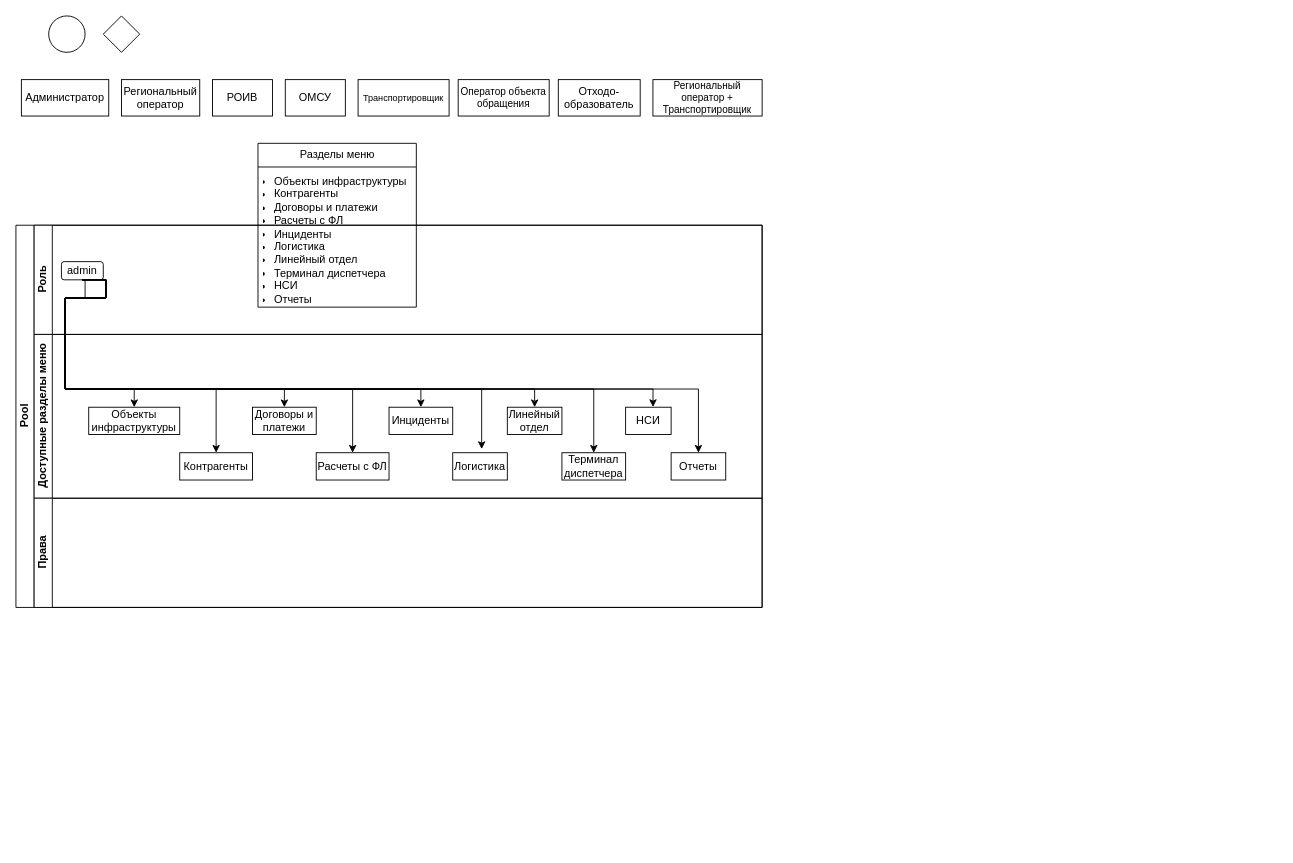
The draw.io diagram Диаграмма без названия.drawio in SergeiF-Kolomna/diagrams, before the edit. Source tidied: cells renumbered, new cells numbered last; positions are measured from the earlier drawing's top-left corner, leaving out a move shared by most shapes. Both pictures are drawn from the tidied source at 91%, with x=0, y=0 at pixel (15, 15).
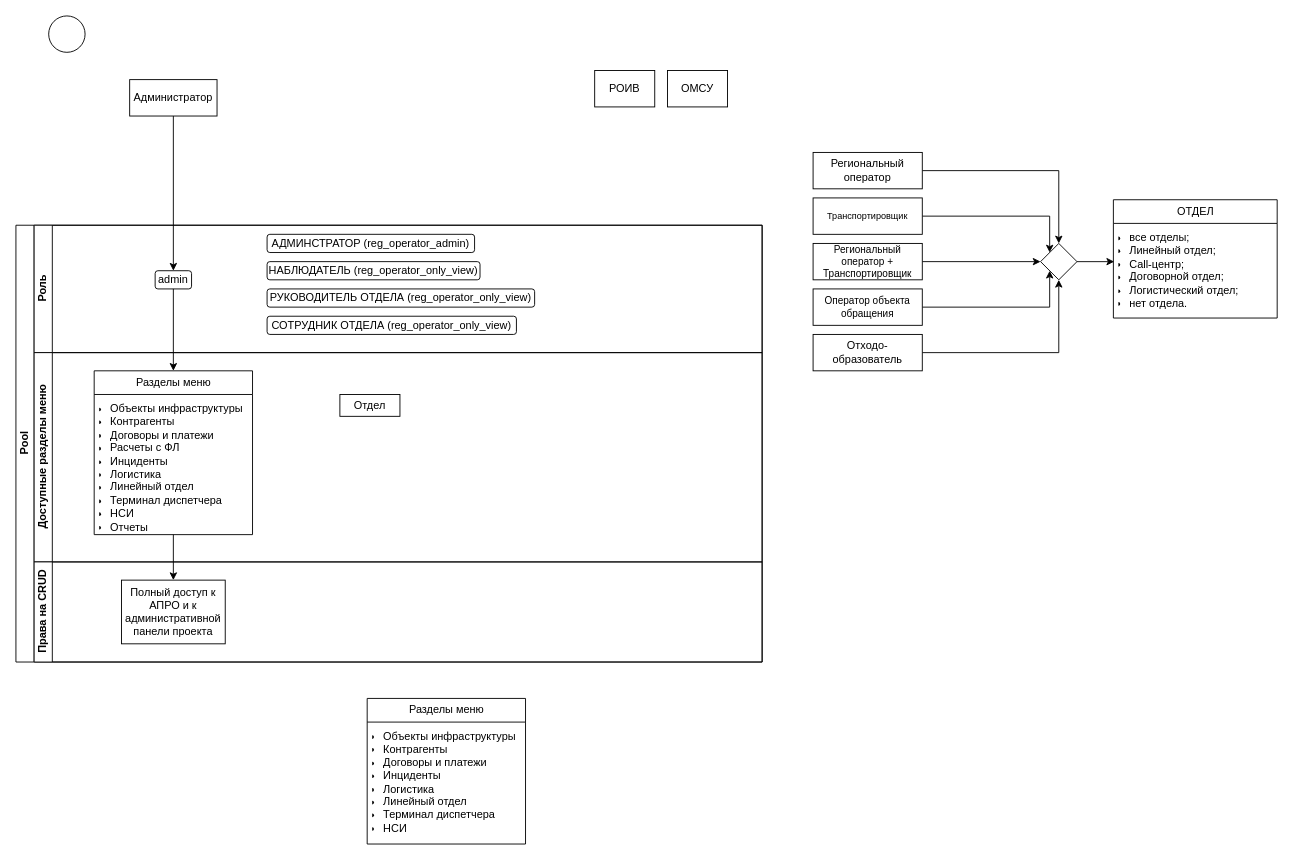
The same page after the edit.

Commit message:
второй вариант

Diff of the diagram source:
```diff
@@
+    <mxCell id="39" style="edgeStyle=orthogonalEdgeStyle;rounded=0;jettySize=auto;html=1;entryX=0.5;entryY=0;entryDx=0;entryDy=0;" parent="1" edge="1" source="2" target="13">
+      <mxGeometry relative="1" as="geometry" />
+    </mxCell>
     <mxCell id="2" value="Администратор" style="rounded=0;whiteSpace=wrap;html=1;" parent="1" vertex="1">
-      <mxGeometry x="6" y="70" width="96" height="40" as="geometry" />
+      <mxGeometry x="125" y="70" width="96" height="40" as="geometry" />
     </mxCell>
+    <mxCell id="40" style="edgeStyle=orthogonalEdgeStyle;rounded=0;jettySize=auto;html=1;entryX=0.5;entryY=0;entryDx=0;entryDy=0;" parent="1" edge="1" source="3" target="10">
+      <mxGeometry relative="1" as="geometry" />
+    </mxCell>
     <mxCell id="3" value="Региональный оператор" style="rounded=0;whiteSpace=wrap;html=1;" parent="1" vertex="1">
-      <mxGeometry x="116" y="70" width="86" height="40" as="geometry" />
+      <mxGeometry x="876" y="150" width="120" height="40" as="geometry" />
     </mxCell>
     <mxCell id="4" value="РОИВ" style="rounded=0;whiteSpace=wrap;html=1;" parent="1" vertex="1">
-      <mxGeometry x="216" y="70" width="66" height="40" as="geometry" />
+      <mxGeometry x="636" y="60" width="66" height="40" as="geometry" />
     </mxCell>
+    <mxCell id="41" style="edgeStyle=orthogonalEdgeStyle;rounded=0;jettySize=auto;html=1;entryX=0;entryY=0;entryDx=0;entryDy=0;" parent="1" edge="1" source="5" target="10">
+      <mxGeometry relative="1" as="geometry" />
+    </mxCell>
     <mxCell id="5" value="Транспортировщик" style="rounded=0;whiteSpace=wrap;html=1;fontSize=10;" parent="1" vertex="1">
-      <mxGeometry x="376" y="70" width="100" height="40" as="geometry" />
+      <mxGeometry x="876" y="200" width="120" height="40" as="geometry" />
     </mxCell>
+    <mxCell id="42" style="edgeStyle=orthogonalEdgeStyle;rounded=0;jettySize=auto;html=1;entryX=0;entryY=1;entryDx=0;entryDy=0;" parent="1" edge="1" source="6" target="10">
+      <mxGeometry relative="1" as="geometry" />
+    </mxCell>
     <mxCell id="6" value="Оператор объекта обращения" style="rounded=0;whiteSpace=wrap;html=1;fontSize=11;" parent="1" vertex="1">
-      <mxGeometry x="486" y="70" width="100" height="40" as="geometry" />
+      <mxGeometry x="876" y="300" width="120" height="40" as="geometry" />
     </mxCell>
+    <mxCell id="43" style="edgeStyle=orthogonalEdgeStyle;rounded=0;jettySize=auto;html=1;entryX=0.5;entryY=1;entryDx=0;entryDy=0;" parent="1" edge="1" source="7" target="10">
+      <mxGeometry relative="1" as="geometry" />
+    </mxCell>
     <mxCell id="7" value="Отходо-&lt;div style=&quot;font-size: 12px;&quot;&gt;образователь&lt;/div&gt;" style="rounded=0;whiteSpace=wrap;html=1;fontSize=12;" parent="1" vertex="1">
-      <mxGeometry x="596" y="70" width="90" height="40" as="geometry" />
+      <mxGeometry x="876" y="350" width="120" height="40" as="geometry" />
     </mxCell>
     <mxCell id="8" value="ОМСУ" style="rounded=0;whiteSpace=wrap;html=1;fontSize=12;" parent="1" vertex="1">
-      <mxGeometry x="296" y="70" width="66" height="40" as="geometry" />
+      <mxGeometry x="716" y="60" width="66" height="40" as="geometry" />
     </mxCell>
@@
     <mxCell id="10" style="rhombus;whiteSpace=wrap;html=1;fontFamily=Helvetica;fontSize=12;fontColor=#000000;align=center;" parent="1" vertex="1">
-      <mxGeometry x="96" width="40" height="40" as="geometry" />
+      <mxGeometry x="1126" y="250" width="40" height="40" as="geometry" />
     </mxCell>
     <mxCell id="11" value="Pool" style="swimlane;html=1;horizontal=0;startSize=20;" parent="1" vertex="1">
-      <mxGeometry y="230" width="820" height="420" as="geometry" />
+      <mxGeometry y="230" width="820" height="480" as="geometry" />
     </mxCell>
     <mxCell id="12" value="Роль" style="swimlane;html=1;startSize=20;horizontal=0;" parent="11" vertex="1">
-      <mxGeometry x="20" width="800" height="120" as="geometry" />
+      <mxGeometry x="20" width="800" height="140" as="geometry" />
     </mxCell>
     <mxCell id="13" value="admin" style="rounded=1;whiteSpace=wrap;html=1;" parent="12" vertex="1">
-      <mxGeometry x="30" y="40" width="46" height="20" as="geometry" />
+      <mxGeometry x="133" y="50" width="40" height="20" as="geometry" />
     </mxCell>
+    <mxCell id="44" value="АДМИНСТРАТОР (reg_operator_admin)" style="rounded=1;whiteSpace=wrap;html=1;" parent="12" vertex="1">
+      <mxGeometry x="256" y="10" width="228" height="20" as="geometry" />
+    </mxCell>
+    <mxCell id="45" value="НАБЛЮДАТЕЛЬ (reg_operator_only_view)" style="rounded=1;whiteSpace=wrap;html=1;" parent="12" vertex="1">
+      <mxGeometry x="256" y="40" width="234" height="20" as="geometry" />
+    </mxCell>
+    <mxCell id="46" value="РУКОВОДИТЕЛЬ ОТДЕЛА (reg_operator_only_view)" style="rounded=1;whiteSpace=wrap;html=1;" parent="12" vertex="1">
+      <mxGeometry x="256" y="70" width="294" height="20" as="geometry" />
+    </mxCell>
+    <mxCell id="47" value="СОТРУДНИК ОТДЕЛА (reg_operator_only_view)" style="rounded=1;whiteSpace=wrap;html=1;" parent="12" vertex="1">
+      <mxGeometry x="256" y="100" width="274" height="20" as="geometry" />
+    </mxCell>
     <mxCell id="14" value="Доступные разделы меню" style="swimlane;html=1;startSize=20;horizontal=0;" parent="11" vertex="1">
-      <mxGeometry x="20" y="120" width="800" height="180" as="geometry" />
+      <mxGeometry x="20" y="140" width="800" height="230" as="geometry" />
     </mxCell>
-    <mxCell id="15" value="Объекты инфраструктуры" style="rounded=0;whiteSpace=wrap;html=1;fontFamily=Helvetica;fontSize=12;fontColor=#000000;align=center;" parent="14" vertex="1">
-      <mxGeometry x="60" y="80" width="100" height="30" as="geometry" />
-    </mxCell>
-    <mxCell id="16" value="Контрагенты" style="rounded=0;whiteSpace=wrap;html=1;fontFamily=Helvetica;fontSize=12;fontColor=#000000;align=center;" parent="14" vertex="1">
-      <mxGeometry x="160" y="130" width="80" height="30" as="geometry" />
-    </mxCell>
-    <mxCell id="17" value="Договоры и платежи" style="rounded=0;whiteSpace=wrap;html=1;fontFamily=Helvetica;fontSize=12;fontColor=#000000;align=center;" parent="14" vertex="1">
-      <mxGeometry x="240" y="80" width="70" height="30" as="geometry" />
-    </mxCell>
-    <mxCell id="18" value="Расчеты с ФЛ" style="rounded=0;whiteSpace=wrap;html=1;fontFamily=Helvetica;fontSize=12;fontColor=#000000;align=center;" parent="14" vertex="1">
-      <mxGeometry x="310" y="130" width="80" height="30" as="geometry" />
-    </mxCell>
-    <mxCell id="19" value="Инциденты" style="rounded=0;whiteSpace=wrap;html=1;fontFamily=Helvetica;fontSize=12;fontColor=#000000;align=center;" parent="14" vertex="1">
-      <mxGeometry x="390" y="80" width="70" height="30" as="geometry" />
-    </mxCell>
-    <mxCell id="20" value="Логистика" style="rounded=0;whiteSpace=wrap;html=1;fontFamily=Helvetica;fontSize=12;fontColor=#000000;align=center;" parent="14" vertex="1">
-      <mxGeometry x="460" y="130" width="60" height="30" as="geometry" />
-    </mxCell>
-    <mxCell id="21" value="Линейный отдел" style="rounded=0;whiteSpace=wrap;html=1;fontFamily=Helvetica;fontSize=12;fontColor=#000000;align=center;" parent="14" vertex="1">
-      <mxGeometry x="520" y="80" width="60" height="30" as="geometry" />
-    </mxCell>
-    <mxCell id="22" value="Терминал диспетчера" style="rounded=0;whiteSpace=wrap;html=1;fontFamily=Helvetica;fontSize=12;fontColor=#000000;align=center;" parent="14" vertex="1">
-      <mxGeometry x="580" y="130" width="70" height="30" as="geometry" />
-    </mxCell>
-    <mxCell id="23" value="НСИ" style="rounded=0;whiteSpace=wrap;html=1;fontFamily=Helvetica;fontSize=12;fontColor=#000000;align=center;" parent="14" vertex="1">
-      <mxGeometry x="650" y="80" width="50" height="30" as="geometry" />
-    </mxCell>
-    <mxCell id="24" value="Отчеты" style="rounded=0;whiteSpace=wrap;html=1;fontFamily=Helvetica;fontSize=12;fontColor=#000000;align=center;" parent="14" vertex="1">
-      <mxGeometry x="700" y="130" width="60" height="30" as="geometry" />
-    </mxCell>
-    <mxCell id="25" value="Права" style="swimlane;html=1;startSize=20;horizontal=0;" parent="11" vertex="1">
-      <mxGeometry x="20" y="300" width="800" height="120" as="geometry" />
-    </mxCell>
-    <mxCell id="26" style="edgeStyle=orthogonalEdgeStyle;rounded=0;jettySize=auto;html=1;entryX=0.602;entryY=-0.007;entryDx=0;entryDy=0;entryPerimeter=0;exitX=0.5;exitY=1;exitDx=0;exitDy=0;" parent="11" edge="1" source="13" target="23">
-      <mxGeometry relative="1" as="geometry">
-        <Array as="points">
-          <mxPoint x="99" y="80" />
-          <mxPoint x="54" y="80" />
-          <mxPoint x="54" y="180" />
-          <mxPoint x="700" y="180" />
-        </Array>
-      </mxGeometry>
-    </mxCell>
-    <mxCell id="27" style="edgeStyle=orthogonalEdgeStyle;rounded=0;jettySize=auto;html=1;entryX=0.53;entryY=-0.133;entryDx=0;entryDy=0;entryPerimeter=0;exitX=0.5;exitY=1;exitDx=0;exitDy=0;" parent="11" edge="1" source="13" target="20">
-      <mxGeometry relative="1" as="geometry">
-        <Array as="points">
-          <mxPoint x="99" y="80" />
-          <mxPoint x="54" y="80" />
-          <mxPoint x="54" y="180" />
-          <mxPoint x="512" y="180" />
-        </Array>
-      </mxGeometry>
-    </mxCell>
-    <mxCell id="28" style="edgeStyle=orthogonalEdgeStyle;rounded=0;jettySize=auto;html=1;entryX=0.5;entryY=0;entryDx=0;entryDy=0;exitX=0.5;exitY=1;exitDx=0;exitDy=0;" parent="11" edge="1" source="13" target="24">
-      <mxGeometry relative="1" as="geometry">
-        <Array as="points">
-          <mxPoint x="99" y="80" />
-          <mxPoint x="54" y="80" />
-          <mxPoint x="54" y="180" />
-          <mxPoint x="750" y="180" />
-        </Array>
-      </mxGeometry>
-    </mxCell>
-    <mxCell id="29" style="edgeStyle=orthogonalEdgeStyle;rounded=0;jettySize=auto;html=1;entryX=0.5;entryY=0;entryDx=0;entryDy=0;exitX=0.5;exitY=1;exitDx=0;exitDy=0;" parent="11" edge="1" source="13" target="22">
-      <mxGeometry relative="1" as="geometry">
-        <Array as="points">
-          <mxPoint x="99" y="80" />
-          <mxPoint x="54" y="80" />
-          <mxPoint x="54" y="180" />
-          <mxPoint x="635" y="180" />
-        </Array>
-      </mxGeometry>
-    </mxCell>
-    <mxCell id="30" style="edgeStyle=orthogonalEdgeStyle;rounded=0;jettySize=auto;html=1;exitX=0.5;exitY=1;exitDx=0;exitDy=0;" parent="11" edge="1" source="13" target="21">
-      <mxGeometry relative="1" as="geometry">
-        <Array as="points">
-          <mxPoint x="99" y="80" />
-          <mxPoint x="54" y="80" />
-          <mxPoint x="54" y="180" />
-          <mxPoint x="570" y="180" />
-        </Array>
-      </mxGeometry>
-    </mxCell>
-    <mxCell id="31" style="edgeStyle=orthogonalEdgeStyle;rounded=0;jettySize=auto;html=1;exitX=0.5;exitY=1;exitDx=0;exitDy=0;" parent="11" edge="1" source="13" target="19">
-      <mxGeometry relative="1" as="geometry">
-        <Array as="points">
-          <mxPoint x="99" y="80" />
-          <mxPoint x="54" y="80" />
-          <mxPoint x="54" y="180" />
-          <mxPoint x="445" y="180" />
-        </Array>
-      </mxGeometry>
-    </mxCell>
-    <mxCell id="32" style="edgeStyle=orthogonalEdgeStyle;rounded=0;jettySize=auto;html=1;entryX=0.5;entryY=0;entryDx=0;entryDy=0;exitX=0.5;exitY=1;exitDx=0;exitDy=0;" parent="11" edge="1" source="13" target="18">
-      <mxGeometry relative="1" as="geometry">
-        <Array as="points">
-          <mxPoint x="99" y="80" />
-          <mxPoint x="54" y="80" />
-          <mxPoint x="54" y="180" />
-          <mxPoint x="370" y="180" />
-        </Array>
-      </mxGeometry>
-    </mxCell>
-    <mxCell id="33" style="edgeStyle=orthogonalEdgeStyle;rounded=0;jettySize=auto;html=1;exitX=0.5;exitY=1;exitDx=0;exitDy=0;" parent="11" edge="1" source="13" target="17">
-      <mxGeometry relative="1" as="geometry">
-        <Array as="points">
-          <mxPoint x="99" y="80" />
-          <mxPoint x="54" y="80" />
-          <mxPoint x="54" y="180" />
-          <mxPoint x="295" y="180" />
-        </Array>
-      </mxGeometry>
-    </mxCell>
-    <mxCell id="34" style="edgeStyle=orthogonalEdgeStyle;rounded=0;jettySize=auto;html=1;entryX=0.5;entryY=0;entryDx=0;entryDy=0;exitX=0.5;exitY=1;exitDx=0;exitDy=0;" parent="11" edge="1" source="13" target="16">
-      <mxGeometry relative="1" as="geometry">
-        <Array as="points">
-          <mxPoint x="99" y="80" />
-          <mxPoint x="54" y="80" />
-          <mxPoint x="54" y="180" />
-          <mxPoint x="220" y="180" />
-        </Array>
-      </mxGeometry>
-    </mxCell>
-    <mxCell id="35" style="edgeStyle=orthogonalEdgeStyle;rounded=0;jettySize=auto;html=1;entryX=0.5;entryY=0;entryDx=0;entryDy=0;exitX=0.5;exitY=1;exitDx=0;exitDy=0;" parent="11" edge="1" source="13" target="15">
-      <mxGeometry relative="1" as="geometry">
-        <Array as="points">
-          <mxPoint x="76" y="60" />
-          <mxPoint x="76" y="80" />
-          <mxPoint x="54" y="80" />
-          <mxPoint x="54" y="180" />
-          <mxPoint x="130" y="180" />
-        </Array>
-      </mxGeometry>
-    </mxCell>
-    <mxCell id="36" value="Региональный оператор + Транспортировщик" style="rounded=0;whiteSpace=wrap;html=1;fontSize=11;" parent="1" vertex="1">
-      <mxGeometry x="700" y="70" width="120" height="40" as="geometry" />
-    </mxCell>
-    <mxCell id="37" value="Разделы меню" style="swimlane;fontStyle=0;horizontal=1;startSize=26;fillColor=none;html=1;" parent="1" vertex="1">
-      <mxGeometry x="266" y="140" width="174" height="180" as="geometry" />
+    <mxCell id="37" value="Разделы меню" style="swimlane;fontStyle=0;horizontal=1;startSize=26;fillColor=none;html=1;" parent="14" vertex="1">
+      <mxGeometry x="66" y="20" width="174" height="180" as="geometry" />
     </mxCell>
@@
+    <mxCell id="48" value="Отдел" style="rounded=0;whiteSpace=wrap;html=1;fontSize=12;" parent="14" vertex="1">
+      <mxGeometry x="336" y="46" width="66" height="24" as="geometry" />
+    </mxCell>
+    <mxCell id="25" value="Права на CRUD" style="swimlane;html=1;startSize=20;horizontal=0;" parent="11" vertex="1">
+      <mxGeometry x="20" y="370" width="800" height="110" as="geometry" />
+    </mxCell>
+    <mxCell id="49" value="Полный доступ к АПРО и к административной панели проекта" style="rounded=0;whiteSpace=wrap;html=1;" parent="25" vertex="1">
+      <mxGeometry x="96" y="20" width="114" height="70" as="geometry" />
+    </mxCell>
+    <mxCell id="50" style="edgeStyle=orthogonalEdgeStyle;rounded=0;jettySize=auto;html=1;entryX=0.5;entryY=0;entryDx=0;entryDy=0;" parent="11" edge="1" source="37" target="49">
+      <mxGeometry relative="1" as="geometry" />
+    </mxCell>
+    <mxCell id="51" style="edgeStyle=orthogonalEdgeStyle;rounded=0;jettySize=auto;html=1;entryX=0.5;entryY=0;entryDx=0;entryDy=0;" parent="11" edge="1" source="13" target="37">
+      <mxGeometry relative="1" as="geometry" />
+    </mxCell>
+    <mxCell id="52" style="edgeStyle=orthogonalEdgeStyle;rounded=0;jettySize=auto;html=1;entryX=0;entryY=0.5;entryDx=0;entryDy=0;" parent="1" edge="1" source="36" target="10">
+      <mxGeometry relative="1" as="geometry" />
+    </mxCell>
+    <mxCell id="36" value="Региональный оператор + Транспортировщик" style="rounded=0;whiteSpace=wrap;html=1;fontSize=11;" parent="1" vertex="1">
+      <mxGeometry x="876" y="250" width="120" height="40" as="geometry" />
+    </mxCell>
+    <mxCell id="53" value="Разделы меню" style="swimlane;fontStyle=0;horizontal=1;startSize=26;fillColor=none;html=1;" parent="1" vertex="1">
+      <mxGeometry x="386" y="750" width="174" height="160" as="geometry" />
+    </mxCell>
+    <mxCell id="54" value="&lt;ul style=&quot;margin-top: 2px; margin-bottom: 2px; padding-left: 12px;&quot;&gt;&lt;li&gt;&lt;span style=&quot;&quot;&gt;Объекты инфраструктуры&lt;/span&gt;&lt;/li&gt;&lt;li&gt;&lt;span style=&quot;&quot;&gt;Контрагенты&lt;/span&gt;&lt;/li&gt;&lt;li&gt;&lt;span style=&quot;&quot;&gt;Договоры и платежи&lt;/span&gt;&lt;/li&gt;&lt;li&gt;Инциденты&lt;/li&gt;&lt;li&gt;Логистика&lt;/li&gt;&lt;li&gt;Линейный отдел&lt;/li&gt;&lt;li&gt;Терминал диспетчера&lt;/li&gt;&lt;li&gt;НСИ&lt;/li&gt;&lt;/ul&gt;" style="text;strokeColor=none;fillColor=none;align=left;verticalAlign=top;spacingLeft=4;spacingRight=4;overflow=hidden;whiteSpace=wrap;html=1;" parent="53" vertex="1">
+      <mxGeometry y="26" width="174" height="134" as="geometry" />
+    </mxCell>
+    <mxCell id="55" value="ОТДЕЛ" style="swimlane;fontStyle=0;horizontal=1;startSize=26;fillColor=none;html=1;" parent="1" vertex="1">
+      <mxGeometry x="1206" y="202" width="180" height="130" as="geometry" />
+    </mxCell>
+    <mxCell id="56" value="&lt;ul style=&quot;margin-top: 2px; margin-bottom: 2px; padding-left: 12px;&quot;&gt;&lt;li&gt;все отделы;&lt;/li&gt;&lt;li&gt;Линейный отдел;&lt;/li&gt;&lt;li&gt;&lt;span style=&quot;background-color: initial;&quot;&gt;Call-центр;&lt;/span&gt;&lt;br&gt;&lt;/li&gt;&lt;li&gt;Договорной отдел;&lt;/li&gt;&lt;li&gt;Логистический отдел;&lt;/li&gt;&lt;li&gt;нет отдела.&lt;/li&gt;&lt;/ul&gt;" style="text;strokeColor=none;fillColor=none;align=left;verticalAlign=top;spacingLeft=4;spacingRight=4;overflow=hidden;points=[[0,0.5],[1,0.5]];portConstraint=eastwest;whiteSpace=wrap;html=1;" parent="55" vertex="1">
+      <mxGeometry y="26" width="180" height="104" as="geometry" />
+    </mxCell>
+    <mxCell id="57" style="edgeStyle=orthogonalEdgeStyle;rounded=0;jettySize=auto;html=1;entryX=0.005;entryY=0.404;entryDx=0;entryDy=0;entryPerimeter=0;" parent="1" edge="1" source="10" target="56">
+      <mxGeometry relative="1" as="geometry" />
+    </mxCell>
```
